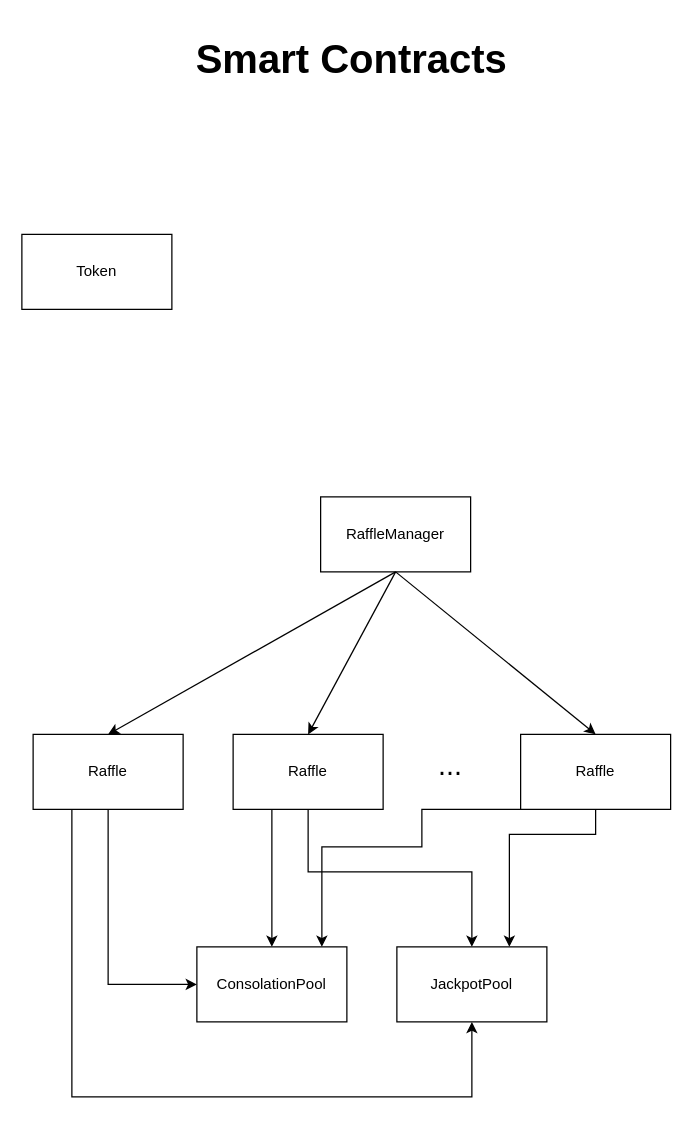
Above: page "Contracts" (1 of 2) of JetonsProject.drawio in DevABDee/JetonsProject (draw.io), before the change. Source tidied: cells renumbered, new cells numbered last; positions are measured from the earlier drawing's top-left corner, leaving out a move shared by most shapes. Both pictures are drawn from the tidied source at 125%, with x=0, y=0 at pixel (21, 21).
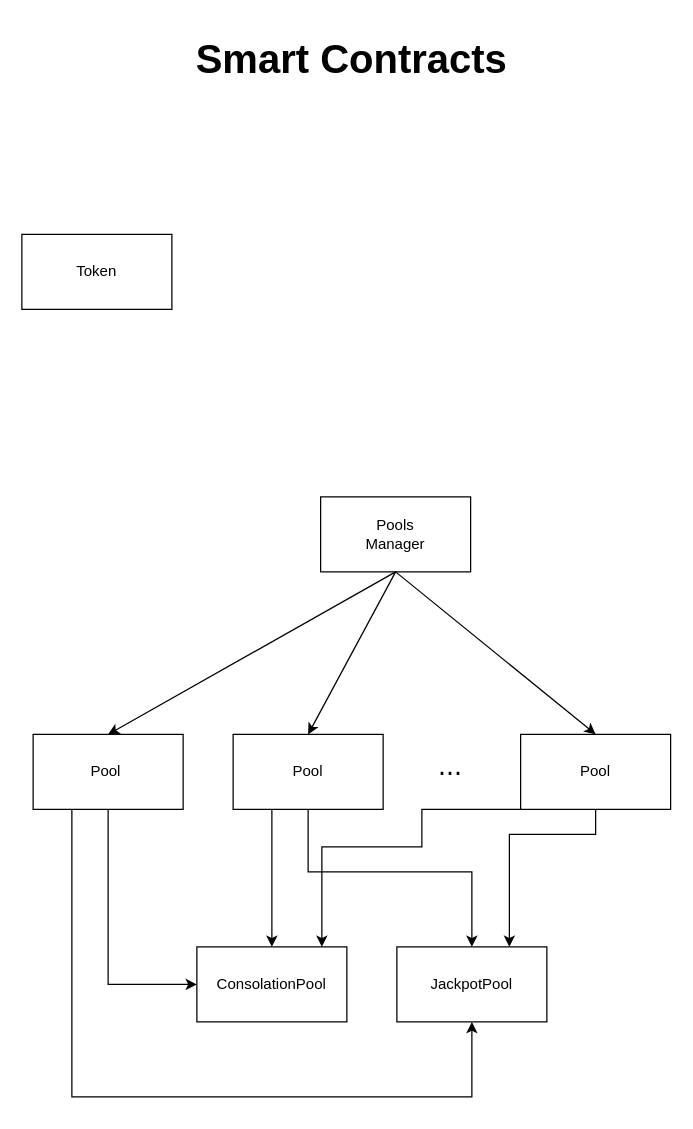
The same page after the edit.

Change to the diagram source:
```diff
@@
-    <mxCell id="2" value="RaffleManager" style="rounded=0;whiteSpace=wrap;html=1;" parent="1" vertex="1">
+    <mxCell id="2" value="Pools&lt;br&gt;Manager" style="rounded=0;whiteSpace=wrap;html=1;" parent="1" vertex="1">
       <mxGeometry x="239" y="380" width="120" height="60" as="geometry" />
     </mxCell>
@@
-    <mxCell id="6" value="Raffle" style="rounded=0;whiteSpace=wrap;html=1;" parent="1" vertex="1">
+    <mxCell id="6" value="Pool&lt;span style=&quot;white-space: pre;&quot;&gt; &lt;/span&gt;" style="rounded=0;whiteSpace=wrap;html=1;" parent="1" vertex="1">
       <mxGeometry x="9" y="570" width="120" height="60" as="geometry" />
     </mxCell>
@@
-    <mxCell id="9" value="Raffle" style="rounded=0;whiteSpace=wrap;html=1;" parent="1" vertex="1">
+    <mxCell id="9" value="Pool" style="rounded=0;whiteSpace=wrap;html=1;" parent="1" vertex="1">
       <mxGeometry x="169" y="570" width="120" height="60" as="geometry" />
     </mxCell>
@@
-    <mxCell id="11" value="Raffle" style="rounded=0;whiteSpace=wrap;html=1;" parent="1" vertex="1">
+    <mxCell id="11" value="Pool" style="rounded=0;whiteSpace=wrap;html=1;" parent="1" vertex="1">
       <mxGeometry x="399" y="570" width="120" height="60" as="geometry" />
     </mxCell>
```
